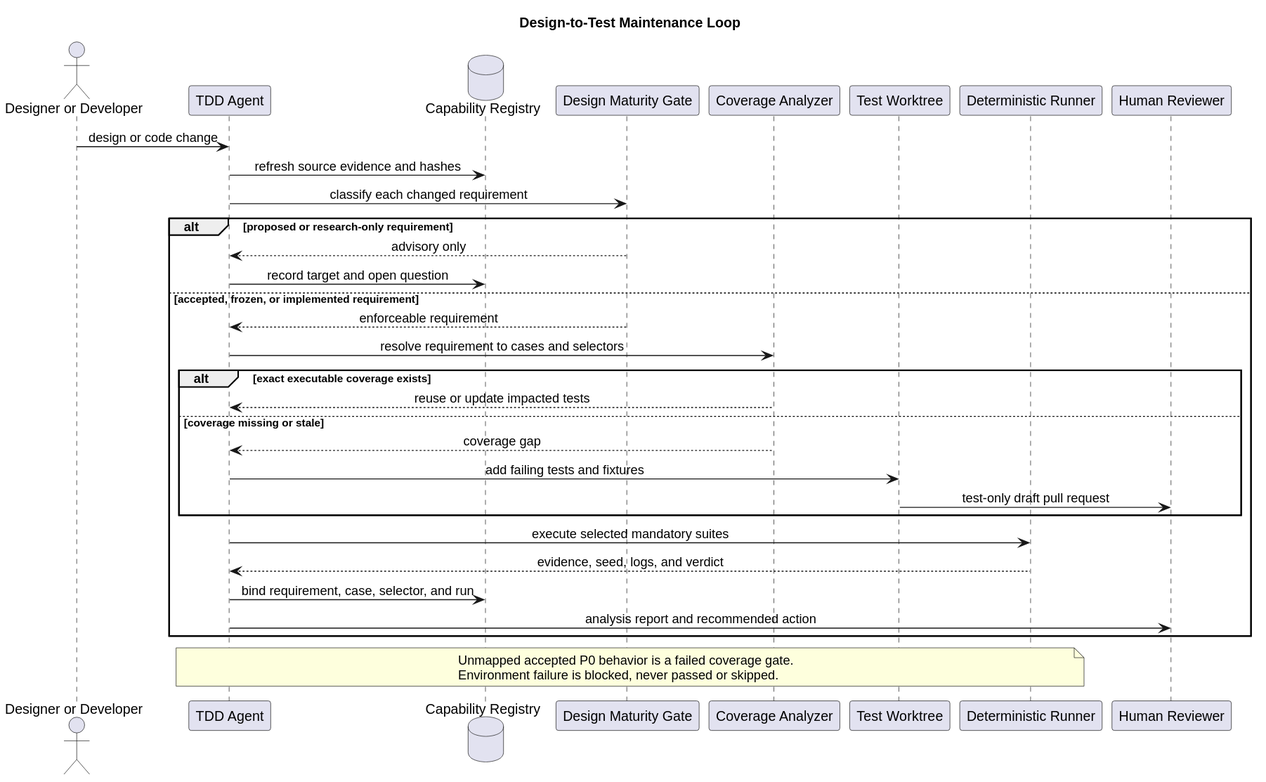
ssm0808/pi-mono-java-design keeps this PlantUML diagram as 02-服务与接口/05-CampusClaw-TDD测试Agent/design_to_test_maintenance.svg. Above is the earlier version.
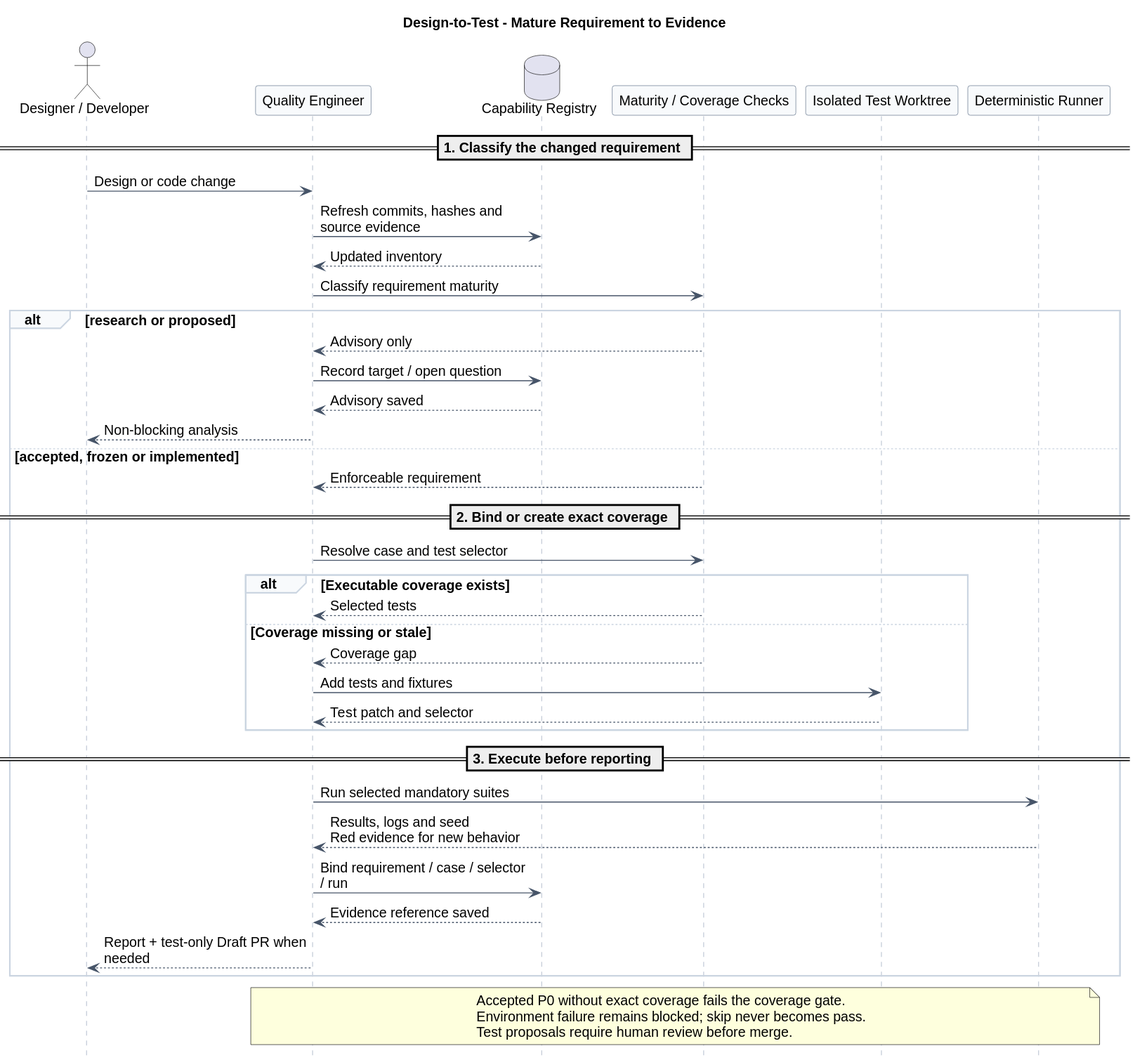
After the commit.

Change to the diagram source:
```diff
@@ -1,46 +1,62 @@
 @startuml
-title Design-to-Test Maintenance Loop
 
+skinparam backgroundColor white
+skinparam shadowing false
+skinparam defaultFontName Arial
+skinparam defaultFontSize 14
+skinparam ArrowColor #475569
+hide footbox
+skinparam maxMessageSize 210
+skinparam sequenceMessageAlign left
+skinparam sequence {
+  ParticipantBackgroundColor #F8FAFC
+  ParticipantBorderColor #64748B
+  LifeLineBorderColor #94A3B8
+  GroupBorderColor #CBD5E1
+  GroupBackgroundColor #F8FAFC
+}
+title Design-to-Test - Mature Requirement to Evidence
+actor "Designer / Developer" as Author
+participant "Quality Engineer" as Agent
+database "Capability Registry" as Registry
+participant "Maturity / Coverage Checks" as Gate
+participant "Isolated Test Worktree" as Worktree
+participant "Deterministic Runner" as Runner
 
-skinparam backgroundColor #FFFFFF
-skinparam shadowing false
-skinparam sequenceMessageAlign center
-skinparam DefaultFontName Arial
+== 1. Classify the changed requirement ==
+Author -> Agent : Design or code change
+Agent -> Registry : Refresh commits, hashes and source evidence
+Registry --> Agent : Updated inventory
+Agent -> Gate : Classify requirement maturity
+alt research or proposed
+  Gate --> Agent : Advisory only
+  Agent -> Registry : Record target / open question
+  Registry --> Agent : Advisory saved
+  Agent --> Author : Non-blocking analysis
+else accepted, frozen or implemented
+  Gate --> Agent : Enforceable requirement
 
-actor "Designer or Developer" as author
-participant "TDD Agent" as agent
-database "Capability Registry" as registry
-participant "Design Maturity Gate" as maturity
-participant "Coverage Analyzer" as coverage
-participant "Test Worktree" as worktree
-participant "Deterministic Runner" as runner
-participant "Human Reviewer" as reviewer
+  == 2. Bind or create exact coverage ==
+  Agent -> Gate : Resolve case and test selector
+  alt Executable coverage exists
+    Gate --> Agent : Selected tests
+  else Coverage missing or stale
+    Gate --> Agent : Coverage gap
+    Agent -> Worktree : Add tests and fixtures
+    Worktree --> Agent : Test patch and selector
+  end
 
-author -> agent : design or code change
-agent -> registry : refresh source evidence and hashes
-agent -> maturity : classify each changed requirement
-
-alt proposed or research-only requirement
-  maturity --> agent : advisory only
-  agent -> registry : record target and open question
-else accepted, frozen, or implemented requirement
-  maturity --> agent : enforceable requirement
-  agent -> coverage : resolve requirement to cases and selectors
-  alt exact executable coverage exists
-    coverage --> agent : reuse or update impacted tests
-  else coverage missing or stale
-    coverage --> agent : coverage gap
-    agent -> worktree : add failing tests and fixtures
-    worktree -> reviewer : test-only draft pull request
-  end
-  agent -> runner : execute selected mandatory suites
-  runner --> agent : evidence, seed, logs, and verdict
-  agent -> registry : bind requirement, case, selector, and run
-  agent -> reviewer : analysis report and recommended action
+  == 3. Execute before reporting ==
+  Agent -> Runner : Run selected mandatory suites
+  Runner --> Agent : Results, logs and seed\nRed evidence for new behavior
+  Agent -> Registry : Bind requirement / case / selector / run
+  Registry --> Agent : Evidence reference saved
+  Agent --> Author : Report + test-only Draft PR when needed
 end
 
-note over agent,runner
-  Unmapped accepted P0 behavior is a failed coverage gate.
-  Environment failure is blocked, never passed or skipped.
+note over Agent,Runner
+Accepted P0 without exact coverage fails the coverage gate.
+Environment failure remains blocked; skip never becomes pass.
+Test proposals require human review before merge.
 end note
 @enduml
```
